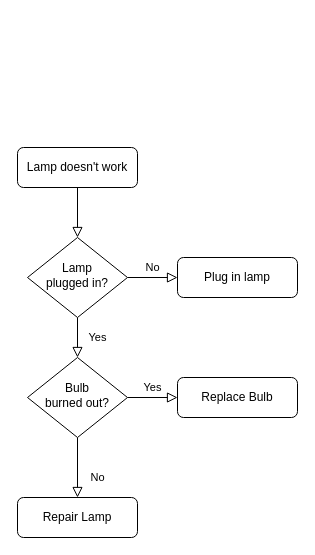
Above: Untitled Diagram.drawio in nareshkumar0610/nareshkumar0610 (draw.io), before the change. Source tidied: cells renumbered, new cells numbered last; positions are measured from the earlier drawing's top-left corner, leaving out a move shared by most shapes. Both pictures are drawn from the tidied source at 100%, with x=0, y=0 at pixel (17, 147).
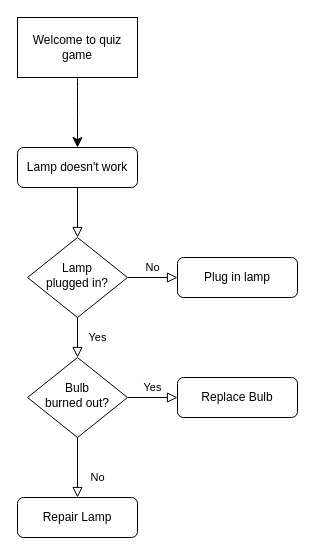
After the change.

What changed in the source:
```diff
@@
 <mxGraphModel>
   <root>
     <mxCell id="0" />
     <mxCell id="1" parent="0" />
     <mxCell id="2" style="rounded=0;html=1;jettySize=auto;fontSize=11;endArrow=block;endFill=0;endSize=8;strokeWidth=1;shadow=0;labelBackgroundColor=none;edgeStyle=orthogonalEdgeStyle;" parent="1" edge="1" source="3" target="6">
       <mxGeometry relative="1" as="geometry" />
     </mxCell>
     <mxCell id="3" value="Lamp doesn't work" style="rounded=1;whiteSpace=wrap;html=1;fontSize=12;glass=0;strokeWidth=1;shadow=0;" parent="1" vertex="1">
       <mxGeometry width="120" height="40" as="geometry" />
     </mxCell>
     <mxCell id="4" value="Yes" style="rounded=0;html=1;jettySize=auto;fontSize=11;endArrow=block;endFill=0;endSize=8;strokeWidth=1;shadow=0;labelBackgroundColor=none;edgeStyle=orthogonalEdgeStyle;" parent="1" edge="1" source="6" target="10">
       <mxGeometry y="20" relative="1" as="geometry" />
     </mxCell>
     <mxCell id="5" value="No" style="edgeStyle=orthogonalEdgeStyle;rounded=0;html=1;jettySize=auto;fontSize=11;endArrow=block;endFill=0;endSize=8;strokeWidth=1;shadow=0;labelBackgroundColor=none;" parent="1" edge="1" source="6" target="7">
       <mxGeometry y="10" relative="1" as="geometry" />
     </mxCell>
     <mxCell id="6" value="Lamp&lt;br&gt;plugged in?" style="rhombus;whiteSpace=wrap;html=1;shadow=0;fontFamily=Helvetica;fontSize=12;align=center;strokeWidth=1;spacing=6;spacingTop=-4;" parent="1" vertex="1">
       <mxGeometry x="10" y="90" width="100" height="80" as="geometry" />
     </mxCell>
     <mxCell id="7" value="Plug in lamp" style="rounded=1;whiteSpace=wrap;html=1;fontSize=12;glass=0;strokeWidth=1;shadow=0;" parent="1" vertex="1">
       <mxGeometry x="160" y="110" width="120" height="40" as="geometry" />
     </mxCell>
     <mxCell id="8" value="No" style="rounded=0;html=1;jettySize=auto;fontSize=11;endArrow=block;endFill=0;endSize=8;strokeWidth=1;shadow=0;labelBackgroundColor=none;edgeStyle=orthogonalEdgeStyle;" parent="1" edge="1" source="10" target="11">
       <mxGeometry x="0.33" y="20" relative="1" as="geometry" />
     </mxCell>
     <mxCell id="9" value="Yes" style="edgeStyle=orthogonalEdgeStyle;rounded=0;html=1;jettySize=auto;fontSize=11;endArrow=block;endFill=0;endSize=8;strokeWidth=1;shadow=0;labelBackgroundColor=none;" parent="1" edge="1" source="10" target="12">
       <mxGeometry y="10" relative="1" as="geometry" />
     </mxCell>
     <mxCell id="10" value="Bulb&lt;br&gt;burned out?" style="rhombus;whiteSpace=wrap;html=1;shadow=0;fontFamily=Helvetica;fontSize=12;align=center;strokeWidth=1;spacing=6;spacingTop=-4;" parent="1" vertex="1">
       <mxGeometry x="10" y="210" width="100" height="80" as="geometry" />
     </mxCell>
     <mxCell id="11" value="Repair Lamp" style="rounded=1;whiteSpace=wrap;html=1;fontSize=12;glass=0;strokeWidth=1;shadow=0;" parent="1" vertex="1">
       <mxGeometry y="350" width="120" height="40" as="geometry" />
     </mxCell>
     <mxCell id="12" value="Replace Bulb" style="rounded=1;whiteSpace=wrap;html=1;fontSize=12;glass=0;strokeWidth=1;shadow=0;" parent="1" vertex="1">
       <mxGeometry x="160" y="230" width="120" height="40" as="geometry" />
     </mxCell>
+    <mxCell id="13" style="edgeStyle=none;curved=1;rounded=0;jettySize=auto;html=1;entryX=0.5;entryY=0;entryDx=0;entryDy=0;fontSize=12;startSize=8;endSize=8;" parent="1" edge="1" source="14" target="3">
+      <mxGeometry relative="1" as="geometry" />
+    </mxCell>
+    <mxCell id="14" value="Welcome to quiz&lt;div&gt;game&lt;/div&gt;" style="rounded=0;whiteSpace=wrap;html=1;" parent="1" vertex="1">
+      <mxGeometry y="-130" width="120" height="60" as="geometry" />
+    </mxCell>
   </root>
 </mxGraphModel>
```
